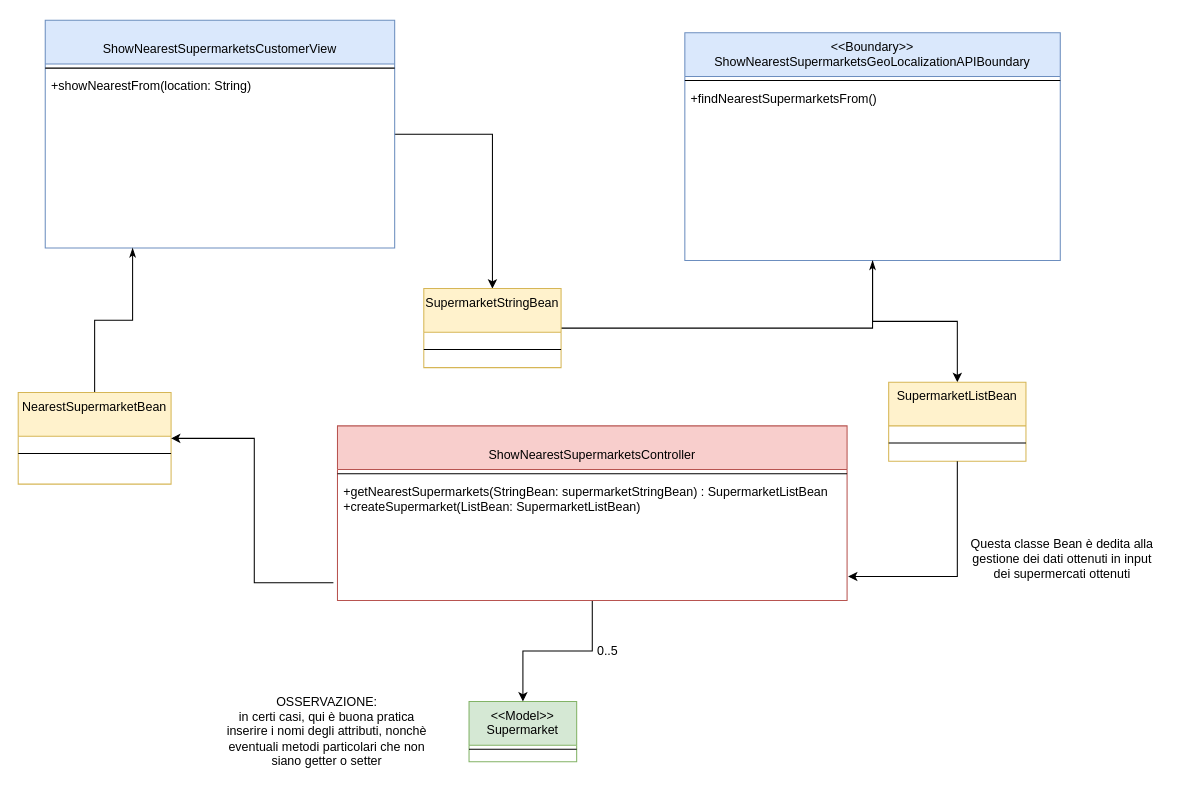
FredHats99/HealthyCart keeps this draw.io diagram as docx&pdf/ClassDiagram_BCE/DESIGN_ShowNearestSupermarket.drawio. Above is the earlier version. Source tidied: cells renumbered, new cells numbered last; positions are measured from the earlier drawing's top-left corner, leaving out a move shared by most shapes. Both pictures are drawn from the tidied source at 104%, with x=0, y=0 at pixel (18, 20).
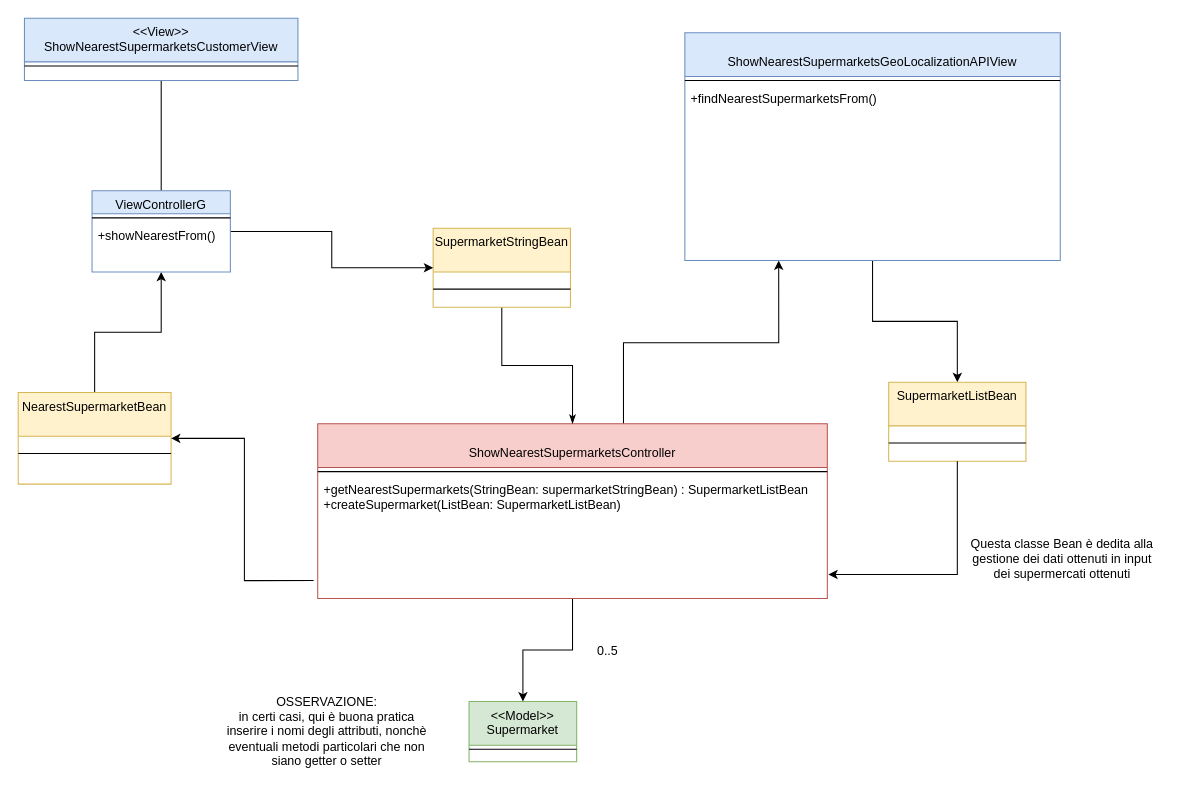
Above is the later version.

Commit message (it also covers changes not shown here):
Second approach to MVC design class diagrams

The change refers to these unchanged cells:
```xml
<mxCell id="21" value="NearestSupermarketBean" style="swimlane;fontStyle=0;align=center;verticalAlign=top;horizontal=1;startSize=42;rounded=0;shadow=0;strokeWidth=1;fillColor=#fff2cc;strokeColor=#d6b656;" parent="1" vertex="1">
  <mxGeometry y="358" width="147" height="88" as="geometry" />
</mxCell>
```

What changed in the source:
```diff
@@
+    <mxCell id="29" style="edgeStyle=orthogonalEdgeStyle;rounded=0;jettySize=auto;html=1;entryX=0.25;entryY=1;entryDx=0;entryDy=0;endArrow=classic;endFill=1;" parent="1" edge="1" source="5" target="13">
+      <mxGeometry relative="1" as="geometry">
+        <Array as="points">
+          <mxPoint x="582" y="310" />
+          <mxPoint x="731" y="310" />
+        </Array>
+      </mxGeometry>
+    </mxCell>
     <mxCell id="5" value="&#10;ShowNearestSupermarketsController&#10;" style="swimlane;fontStyle=0;align=center;verticalAlign=top;horizontal=1;startSize=42;rounded=0;shadow=0;strokeWidth=1;fillColor=#f8cecc;strokeColor=#b85450;" parent="1" vertex="1">
-      <mxGeometry x="307" y="390" width="490" height="168" as="geometry" />
+      <mxGeometry x="288" y="388" width="490" height="168" as="geometry" />
     </mxCell>
@@
-    <mxCell id="8" style="edgeStyle=orthogonalEdgeStyle;rounded=0;jettySize=auto;html=1;startArrow=none;startFill=0;" parent="1" edge="1" source="9" target="26">
-      <mxGeometry relative="1" as="geometry" />
-    </mxCell>
+    <mxCell id="30" style="edgeStyle=orthogonalEdgeStyle;rounded=0;jettySize=auto;html=1;endArrow=none;endFill=0;" parent="1" edge="1" source="9" target="33">
+      <mxGeometry relative="1" as="geometry" />
+    </mxCell>
-    <mxCell id="9" value="&#10;ShowNearestSupermarketsCustomerView&#10;" style="swimlane;fontStyle=0;align=center;verticalAlign=top;horizontal=1;startSize=42;rounded=0;shadow=0;strokeWidth=1;fillColor=#dae8fc;strokeColor=#6c8ebf;" parent="1" vertex="1">
-      <mxGeometry x="26" width="336" height="219" as="geometry" />
+    <mxCell id="9" value="&lt;&lt;View&gt;&gt;&#10;ShowNearestSupermarketsCustomerView&#10;" style="swimlane;fontStyle=0;align=center;verticalAlign=top;horizontal=1;startSize=42;rounded=0;shadow=0;strokeWidth=1;fillColor=#dae8fc;strokeColor=#6c8ebf;" parent="1" vertex="1">
+      <mxGeometry x="6" y="-2" width="263" height="60" as="geometry" />
     </mxCell>
     <mxCell id="10" style="line;html=1;strokeWidth=1;align=left;verticalAlign=middle;spacingTop=-1;spacingLeft=3;spacingRight=3;labelPosition=right;" parent="9" vertex="1">
-      <mxGeometry y="42" width="336" height="8" as="geometry" />
+      <mxGeometry y="42" width="263" height="8" as="geometry" />
     </mxCell>
-    <mxCell id="11" value="+showNearestFrom(location: String)" style="text;align=left;verticalAlign=top;spacingLeft=4;spacingRight=4;overflow=hidden;" parent="9" vertex="1">
-      <mxGeometry y="50" width="336" height="118" as="geometry" />
-    </mxCell>
@@
-    <mxCell id="13" value="&lt;&lt;Boundary&gt;&gt;&#10;ShowNearestSupermarketsGeoLocalizationAPIBoundary" style="swimlane;fontStyle=0;align=center;verticalAlign=top;horizontal=1;startSize=42;rounded=0;shadow=0;strokeWidth=1;fillColor=#dae8fc;strokeColor=#6c8ebf;" parent="1" vertex="1">
+    <mxCell id="13" value="&#10;ShowNearestSupermarketsGeoLocalizationAPIView" style="swimlane;fontStyle=0;align=center;verticalAlign=top;horizontal=1;startSize=42;rounded=0;shadow=0;strokeWidth=1;fillColor=#dae8fc;strokeColor=#6c8ebf;" parent="1" vertex="1">
       <mxGeometry x="641" y="12" width="361" height="219" as="geometry" />
     </mxCell>
@@
-    <mxCell id="20" style="edgeStyle=orthogonalEdgeStyle;rounded=0;jettySize=auto;html=1;entryX=0.25;entryY=1;entryDx=0;entryDy=0;startArrow=none;startFill=0;endArrow=classicThin;endFill=1;" parent="1" edge="1" source="21" target="9">
-      <mxGeometry relative="1" as="geometry" />
-    </mxCell>
+    <mxCell id="31" style="edgeStyle=orthogonalEdgeStyle;rounded=0;jettySize=auto;html=1;endArrow=classic;endFill=1;" parent="1" edge="1" source="21" target="33">
+      <mxGeometry relative="1" as="geometry" />
+    </mxCell>
@@
-    <mxCell id="25" style="edgeStyle=orthogonalEdgeStyle;rounded=0;jettySize=auto;html=1;startArrow=none;startFill=0;endArrow=classicThin;endFill=1;" parent="1" edge="1" source="26" target="13">
+    <mxCell id="25" style="edgeStyle=orthogonalEdgeStyle;rounded=0;jettySize=auto;html=1;startArrow=none;startFill=0;endArrow=classicThin;endFill=1;" parent="1" edge="1" source="26" target="5">
       <mxGeometry relative="1" as="geometry" />
     </mxCell>
     <mxCell id="26" value="SupermarketStringBean" style="swimlane;fontStyle=0;align=center;verticalAlign=top;horizontal=1;startSize=42;rounded=0;shadow=0;strokeWidth=1;fillColor=#fff2cc;strokeColor=#d6b656;" parent="1" vertex="1">
-      <mxGeometry x="390" y="258" width="132" height="76" as="geometry" />
+      <mxGeometry x="399" y="200" width="132" height="76" as="geometry" />
     </mxCell>
@@
+    <mxCell id="32" style="edgeStyle=orthogonalEdgeStyle;rounded=0;jettySize=auto;html=1;entryX=0;entryY=0.5;entryDx=0;entryDy=0;endArrow=classic;endFill=1;" parent="1" edge="1" source="33" target="26">
+      <mxGeometry relative="1" as="geometry" />
+    </mxCell>
+    <mxCell id="33" value="ViewControllerG" style="swimlane;fontStyle=0;align=center;verticalAlign=top;horizontal=1;startSize=22;rounded=0;shadow=0;strokeWidth=1;fillColor=#dae8fc;strokeColor=#6c8ebf;" parent="1" vertex="1">
+      <mxGeometry x="71" y="164" width="133" height="78" as="geometry" />
+    </mxCell>
+    <mxCell id="34" style="line;html=1;strokeWidth=1;align=left;verticalAlign=middle;spacingTop=-1;spacingLeft=3;spacingRight=3;labelPosition=right;" parent="33" vertex="1">
+      <mxGeometry y="22" width="133" height="8" as="geometry" />
+    </mxCell>
+    <mxCell id="35" value="+showNearestFrom()" style="text;align=left;verticalAlign=top;spacingLeft=4;spacingRight=4;overflow=hidden;" parent="33" vertex="1">
+      <mxGeometry y="30" width="133" height="28" as="geometry" />
+    </mxCell>
```
